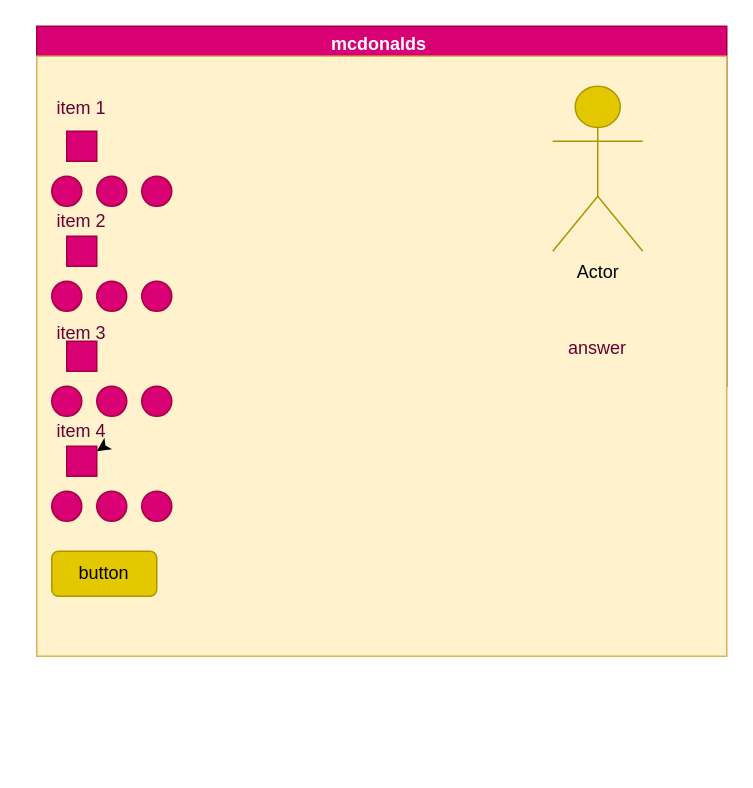
Above: design/storyboard.drawio in sophie-nguyen-0/ICS2O-Assignment-4 (draw.io), before the change. Source tidied: cells renumbered, new cells numbered last; positions are measured from the earlier drawing's top-left corner, leaving out a move shared by most shapes. Both pictures are drawn from the tidied source at 150%, with x=0, y=0 at pixel (36, 26).
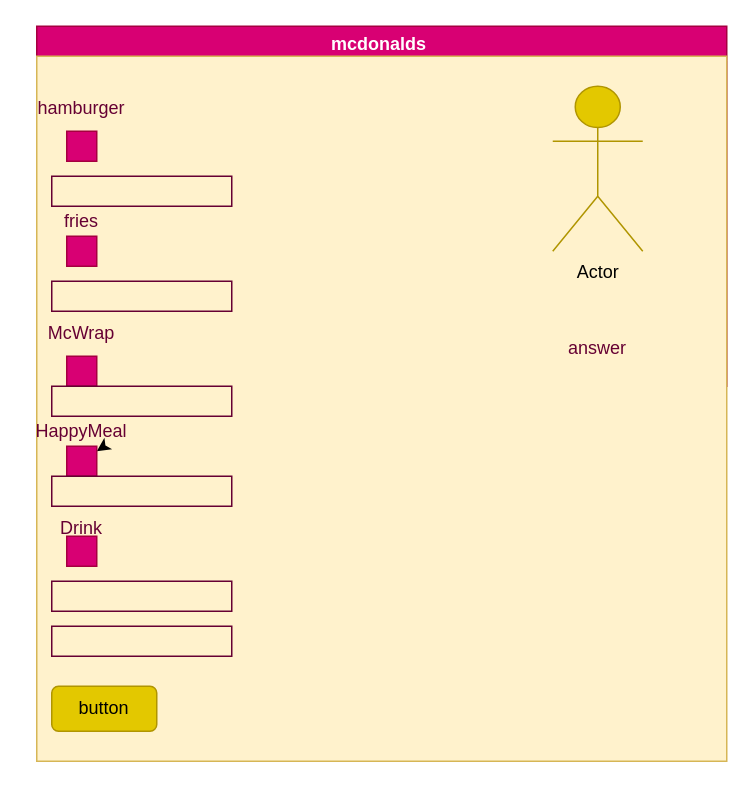
The same diagram, later.

Change to the diagram source:
```diff
@@
     <mxCell id="3" style="rounded=0;whiteSpace=wrap;html=1;fillColor=#fff2cc;strokeColor=#d6b656;" parent="1" vertex="1">
-      <mxGeometry y="20" width="460" height="400" as="geometry" />
+      <mxGeometry y="20" width="460" height="470" as="geometry" />
     </mxCell>
@@
-    <mxCell id="5" value="item 1" style="text;html=1;align=center;verticalAlign=middle;whiteSpace=wrap;rounded=0;fontColor=#660033;" parent="1" vertex="1">
+    <mxCell id="5" value="hamburger" style="text;html=1;align=center;verticalAlign=middle;whiteSpace=wrap;rounded=0;fontColor=#660033;" parent="1" vertex="1">
       <mxGeometry y="40" width="60" height="30" as="geometry" />
     </mxCell>
-    <mxCell id="6" value="item 2" style="text;html=1;align=center;verticalAlign=middle;whiteSpace=wrap;rounded=0;fontColor=#660033;" parent="1" vertex="1">
+    <mxCell id="6" value="fries" style="text;html=1;align=center;verticalAlign=middle;whiteSpace=wrap;rounded=0;fontColor=#660033;" parent="1" vertex="1">
       <mxGeometry y="120" width="60" height="20" as="geometry" />
     </mxCell>
@@
-    <mxCell id="8" value="item 3" style="text;html=1;align=center;verticalAlign=middle;whiteSpace=wrap;rounded=0;fontColor=#660033;" parent="1" vertex="1">
+    <mxCell id="8" value="McWrap" style="text;html=1;align=center;verticalAlign=middle;whiteSpace=wrap;rounded=0;fontColor=#660033;" parent="1" vertex="1">
       <mxGeometry y="190" width="60" height="30" as="geometry" />
     </mxCell>
@@
-    <mxCell id="10" value="item 4" style="text;html=1;align=center;verticalAlign=middle;whiteSpace=wrap;rounded=0;fontColor=#660033;" parent="1" vertex="1">
+    <mxCell id="10" value="HappyMeal" style="text;html=1;align=center;verticalAlign=middle;whiteSpace=wrap;rounded=0;fontColor=#660033;" parent="1" vertex="1">
       <mxGeometry y="260" width="60" height="20" as="geometry" />
     </mxCell>
@@
     <mxCell id="13" style="whiteSpace=wrap;html=1;fontColor=#ffffff;fillColor=#d80073;strokeColor=#A50040;" parent="1" vertex="1">
-      <mxGeometry x="20" y="210" width="20" height="20" as="geometry" />
+      <mxGeometry x="20" y="220" width="20" height="20" as="geometry" />
     </mxCell>
@@
-    <mxCell id="15" style="ellipse;whiteSpace=wrap;html=1;fontColor=#ffffff;fillColor=#d80073;strokeColor=#A50040;" parent="1" vertex="1">
-      <mxGeometry x="10" y="100" width="20" height="20" as="geometry" />
-    </mxCell>
-    <mxCell id="16" style="ellipse;whiteSpace=wrap;html=1;fontColor=#ffffff;fillColor=#d80073;strokeColor=#A50040;" parent="1" vertex="1">
-      <mxGeometry x="40" y="100" width="20" height="20" as="geometry" />
-    </mxCell>
-    <mxCell id="17" style="ellipse;whiteSpace=wrap;html=1;fontColor=#ffffff;fillColor=#d80073;strokeColor=#A50040;" parent="1" vertex="1">
-      <mxGeometry x="70" y="100" width="20" height="20" as="geometry" />
-    </mxCell>
-    <mxCell id="18" style="ellipse;whiteSpace=wrap;html=1;fontColor=#ffffff;fillColor=#d80073;strokeColor=#A50040;" parent="1" vertex="1">
-      <mxGeometry x="10" y="170" width="20" height="20" as="geometry" />
-    </mxCell>
-    <mxCell id="19" style="ellipse;whiteSpace=wrap;html=1;fontColor=#ffffff;fillColor=#d80073;strokeColor=#A50040;" parent="1" vertex="1">
-      <mxGeometry x="40" y="170" width="20" height="20" as="geometry" />
-    </mxCell>
-    <mxCell id="20" style="ellipse;whiteSpace=wrap;html=1;fontColor=#ffffff;fillColor=#d80073;strokeColor=#A50040;" parent="1" vertex="1">
-      <mxGeometry x="70" y="170" width="20" height="20" as="geometry" />
-    </mxCell>
-    <mxCell id="21" style="ellipse;whiteSpace=wrap;html=1;fontColor=#ffffff;fillColor=#d80073;strokeColor=#A50040;" parent="1" vertex="1">
-      <mxGeometry x="10" y="240" width="20" height="20" as="geometry" />
-    </mxCell>
-    <mxCell id="22" style="ellipse;whiteSpace=wrap;html=1;fontColor=#ffffff;fillColor=#d80073;strokeColor=#A50040;" parent="1" vertex="1">
-      <mxGeometry x="40" y="240" width="20" height="20" as="geometry" />
-    </mxCell>
-    <mxCell id="23" style="ellipse;whiteSpace=wrap;html=1;fontColor=#ffffff;fillColor=#d80073;strokeColor=#A50040;" parent="1" vertex="1">
-      <mxGeometry x="70" y="240" width="20" height="20" as="geometry" />
-    </mxCell>
-    <mxCell id="24" style="ellipse;whiteSpace=wrap;html=1;fontColor=#ffffff;fillColor=#d80073;strokeColor=#A50040;" parent="1" vertex="1">
-      <mxGeometry x="10" y="310" width="20" height="20" as="geometry" />
-    </mxCell>
-    <mxCell id="25" style="ellipse;whiteSpace=wrap;html=1;fontColor=#ffffff;fillColor=#d80073;strokeColor=#A50040;" parent="1" vertex="1">
-      <mxGeometry x="40" y="310" width="20" height="20" as="geometry" />
-    </mxCell>
-    <mxCell id="26" style="ellipse;whiteSpace=wrap;html=1;fontColor=#ffffff;fillColor=#d80073;strokeColor=#A50040;" parent="1" vertex="1">
-      <mxGeometry x="70" y="310" width="20" height="20" as="geometry" />
-    </mxCell>
     <mxCell id="27" value="button" style="rounded=1;whiteSpace=wrap;html=1;fontColor=#000000;fillColor=#e3c800;strokeColor=#B09500;" parent="1" vertex="1">
-      <mxGeometry x="10" y="350" width="70" height="30" as="geometry" />
+      <mxGeometry x="10" y="440" width="70" height="30" as="geometry" />
     </mxCell>
@@
+    <mxCell id="29" style="rounded=0;whiteSpace=wrap;html=1;fontColor=#660033;strokeColor=#660033;fillColor=none;" parent="1" vertex="1">
+      <mxGeometry x="10" y="100" width="120" height="20" as="geometry" />
+    </mxCell>
+    <mxCell id="30" style="rounded=0;whiteSpace=wrap;html=1;fontColor=#660033;strokeColor=#660033;fillColor=none;" parent="1" vertex="1">
+      <mxGeometry x="10" y="170" width="120" height="20" as="geometry" />
+    </mxCell>
+    <mxCell id="31" style="rounded=0;whiteSpace=wrap;html=1;fontColor=#660033;strokeColor=#660033;fillColor=none;" parent="1" vertex="1">
+      <mxGeometry x="10" y="240" width="120" height="20" as="geometry" />
+    </mxCell>
+    <mxCell id="32" style="rounded=0;whiteSpace=wrap;html=1;fontColor=#660033;strokeColor=#660033;fillColor=none;" parent="1" vertex="1">
+      <mxGeometry x="10" y="300" width="120" height="20" as="geometry" />
+    </mxCell>
+    <mxCell id="33" value="Drink" style="text;html=1;strokeColor=none;fillColor=none;align=center;verticalAlign=middle;whiteSpace=wrap;rounded=0;fontColor=#660033;" parent="1" vertex="1">
+      <mxGeometry y="320" width="60" height="30" as="geometry" />
+    </mxCell>
+    <mxCell id="34" style="rounded=0;whiteSpace=wrap;html=1;fontColor=#660033;strokeColor=#660033;fillColor=none;" parent="1" vertex="1">
+      <mxGeometry x="10" y="370" width="120" height="20" as="geometry" />
+    </mxCell>
+    <mxCell id="35" style="rounded=0;whiteSpace=wrap;html=1;fontColor=#660033;strokeColor=#660033;fillColor=none;" parent="1" vertex="1">
+      <mxGeometry x="10" y="400" width="120" height="20" as="geometry" />
+    </mxCell>
+    <mxCell id="36" style="whiteSpace=wrap;html=1;fontColor=#ffffff;fillColor=#d80073;strokeColor=#A50040;" parent="1" vertex="1">
+      <mxGeometry x="20" y="340" width="20" height="20" as="geometry" />
+    </mxCell>
```
